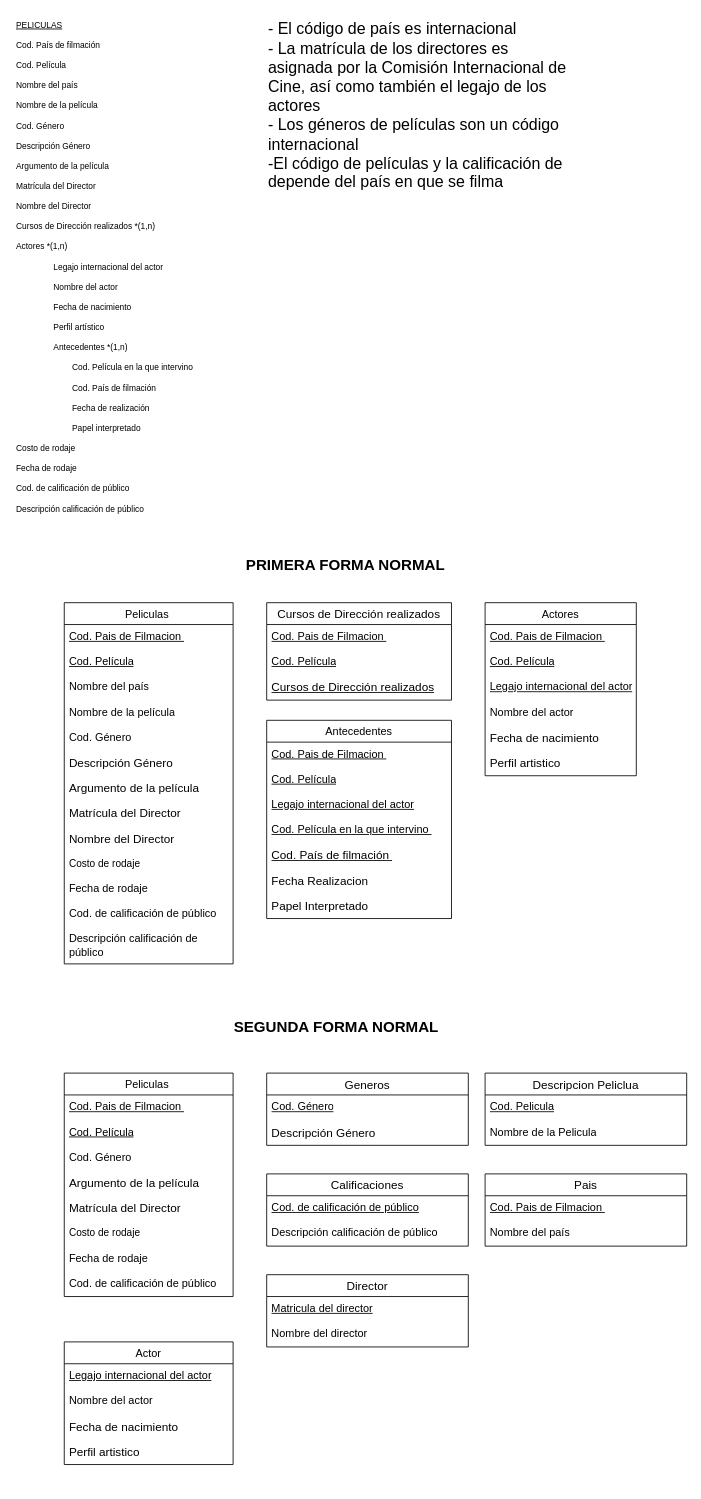
Earlier version of the draw.io diagram DiagrapaPeliculas.drawio (Jose-AA/TP-PELICULAS-BASE-DE-DATOS). Source tidied: cells renumbered, new cells numbered last; positions are measured from the earlier drawing's top-left corner, leaving out a move shared by most shapes. Both pictures are drawn from the tidied source at 84%, with x=0, y=0 at pixel (14, 14).
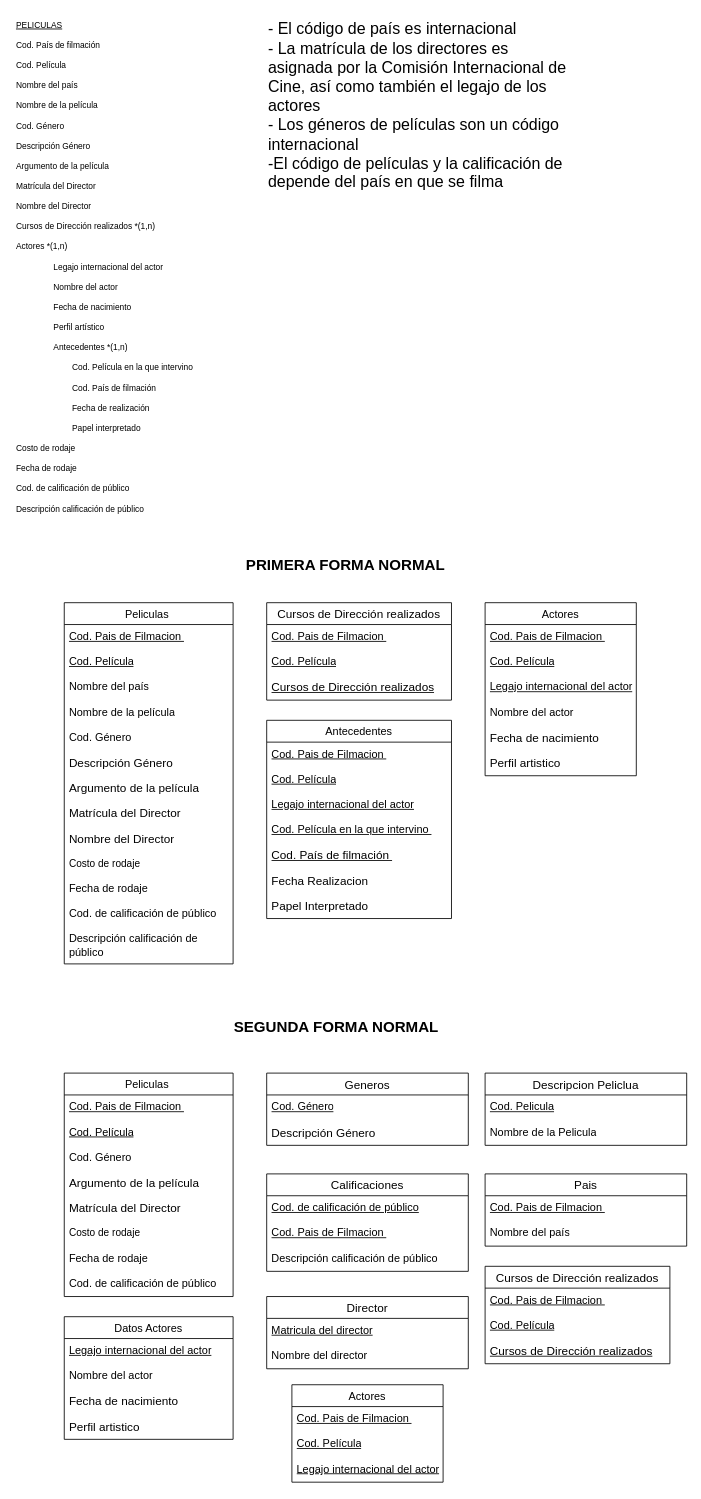
The same page after the edit.

What changed in the source:
```diff
@@
     <mxCell id="51" value="Calificaciones" style="swimlane;fontStyle=0;horizontal=1;startSize=26;align=center;fontSize=14;" parent="1" vertex="1">
-      <mxGeometry x="300" y="1380" width="240" height="86" as="geometry" />
+      <mxGeometry x="300" y="1380" width="240" height="116" as="geometry" />
     </mxCell>
@@
+    <mxCell id="68" value="&lt;div style=&quot;font-size: 13px;&quot;&gt;&lt;u&gt;Cod. Pais de Filmacion&amp;nbsp;&lt;/u&gt;&lt;/div&gt;" style="text;strokeColor=none;fillColor=none;spacingLeft=4;spacingRight=4;overflow=hidden;fontSize=13;whiteSpace=wrap;html=1;" parent="51" vertex="1">
+      <mxGeometry y="56" width="240" height="30" as="geometry" />
+    </mxCell>
     <mxCell id="53" value="&lt;span style=&quot;font-size: 13px;&quot;&gt;Descripción calificación de público&lt;/span&gt;" style="text;strokeColor=none;fillColor=none;spacingLeft=4;spacingRight=4;overflow=hidden;fontSize=12;whiteSpace=wrap;html=1;" parent="51" vertex="1">
-      <mxGeometry y="56" width="240" height="30" as="geometry" />
+      <mxGeometry y="86" width="240" height="30" as="geometry" />
     </mxCell>
     <mxCell id="54" value="Director" style="swimlane;fontStyle=0;horizontal=1;startSize=26;align=center;fontSize=14;" parent="1" vertex="1">
-      <mxGeometry x="300" y="1500" width="240" height="86" as="geometry" />
+      <mxGeometry x="300" y="1526" width="240" height="86" as="geometry" />
     </mxCell>
@@
-    <mxCell id="60" value="Actor" style="swimlane;fontStyle=0;horizontal=1;startSize=26;align=center;fontSize=13;" parent="1" vertex="1">
-      <mxGeometry x="59" y="1580" width="201" height="146" as="geometry" />
+    <mxCell id="60" value="Datos Actores" style="swimlane;fontStyle=0;horizontal=1;startSize=26;align=center;fontSize=13;" parent="1" vertex="1">
+      <mxGeometry x="59" y="1550" width="201" height="146" as="geometry" />
     </mxCell>
@@
+    <mxCell id="69" value="Cursos de Dirección realizados" style="swimlane;fontStyle=0;horizontal=1;startSize=26;align=center;fontSize=14;" parent="1" vertex="1">
+      <mxGeometry x="560" y="1490" width="220" height="116" as="geometry" />
+    </mxCell>
+    <mxCell id="70" value="&lt;u style=&quot;font-size: 13px;&quot;&gt;Cod. Pais de Filmacion&amp;nbsp;&lt;/u&gt;" style="text;strokeColor=none;fillColor=none;spacingLeft=4;spacingRight=4;overflow=hidden;fontSize=12;whiteSpace=wrap;html=1;" parent="69" vertex="1">
+      <mxGeometry y="26" width="220" height="30" as="geometry" />
+    </mxCell>
+    <mxCell id="71" value="&lt;u style=&quot;font-size: 13px;&quot;&gt;Cod. Película&lt;/u&gt;" style="text;strokeColor=none;fillColor=none;spacingLeft=4;spacingRight=4;overflow=hidden;fontSize=12;whiteSpace=wrap;html=1;" parent="69" vertex="1">
+      <mxGeometry y="56" width="220" height="30" as="geometry" />
+    </mxCell>
+    <mxCell id="72" value="&lt;span style=&quot;font-size: 14px; text-align: center; text-wrap: nowrap;&quot;&gt;&lt;u&gt;Cursos de Dirección realizados&lt;/u&gt;&lt;/span&gt;" style="text;strokeColor=none;fillColor=none;spacingLeft=4;spacingRight=4;overflow=hidden;fontSize=12;whiteSpace=wrap;html=1;" parent="69" vertex="1">
+      <mxGeometry y="86" width="220" height="30" as="geometry" />
+    </mxCell>
+    <mxCell id="73" value="Actores" style="swimlane;fontStyle=0;horizontal=1;startSize=26;align=center;fontSize=13;" parent="1" vertex="1">
+      <mxGeometry x="330" y="1631" width="180" height="116" as="geometry" />
+    </mxCell>
+    <mxCell id="74" value="&lt;div style=&quot;font-size: 13px;&quot;&gt;&lt;u&gt;Cod. Pais de Filmacion&amp;nbsp;&lt;/u&gt;&lt;/div&gt;" style="text;strokeColor=none;fillColor=none;spacingLeft=4;spacingRight=4;overflow=hidden;fontSize=13;whiteSpace=wrap;html=1;" parent="73" vertex="1">
+      <mxGeometry y="26" width="180" height="30" as="geometry" />
+    </mxCell>
+    <mxCell id="75" value="&lt;span style=&quot;font-size: 13px;&quot;&gt;&lt;u&gt;Cod. Película&lt;/u&gt;&lt;/span&gt;" style="text;strokeColor=none;fillColor=none;spacingLeft=4;spacingRight=4;overflow=hidden;fontSize=13;whiteSpace=wrap;html=1;" parent="73" vertex="1">
+      <mxGeometry y="56" width="180" height="30" as="geometry" />
+    </mxCell>
+    <mxCell id="76" value="&lt;span style=&quot;font-size: 13px;&quot;&gt;&lt;u&gt;Legajo internacional del actor&lt;/u&gt;&lt;/span&gt;" style="text;strokeColor=none;fillColor=none;spacingLeft=4;spacingRight=4;overflow=hidden;fontSize=13;whiteSpace=wrap;html=1;" parent="73" vertex="1">
+      <mxGeometry y="86" width="180" height="30" as="geometry" />
+    </mxCell>
```
